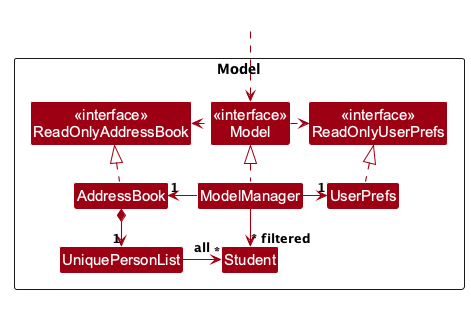
This is docs/images/ModelClassDiagram.png from AY2627S1-CS2103T-F13-4/tp, a PlantUML export, as it was before one commit. The source it was exported from:
```plantuml
@startuml
!include style.puml
skinparam arrowThickness 1.1
skinparam arrowColor MODEL_COLOR
skinparam classBackgroundColor MODEL_COLOR

Package Model as ModelPackage <<Rectangle>>{
Class "<<interface>>\nReadOnlyAddressBook" as ReadOnlyAddressBook
Class "<<interface>>\nReadOnlyUserPrefs" as ReadOnlyUserPrefs
Class "<<interface>>\nModel" as Model
Class AddressBook
Class ModelManager
Class UserPrefs

Class UniquePersonList
Class Student

}

Class HiddenOutside #FFFFFF
HiddenOutside ..> Model

AddressBook .up.|> ReadOnlyAddressBook

ModelManager .up.|> Model
Model .right.> ReadOnlyUserPrefs
Model .left.> ReadOnlyAddressBook
ModelManager -left-> "1" AddressBook
ModelManager -right-> "1" UserPrefs
UserPrefs .up.|> ReadOnlyUserPrefs

AddressBook *--> "1" UniquePersonList
UniquePersonList -right-> "~*" Student : all

ModelManager --> "~* filtered" Student
@enduml
```
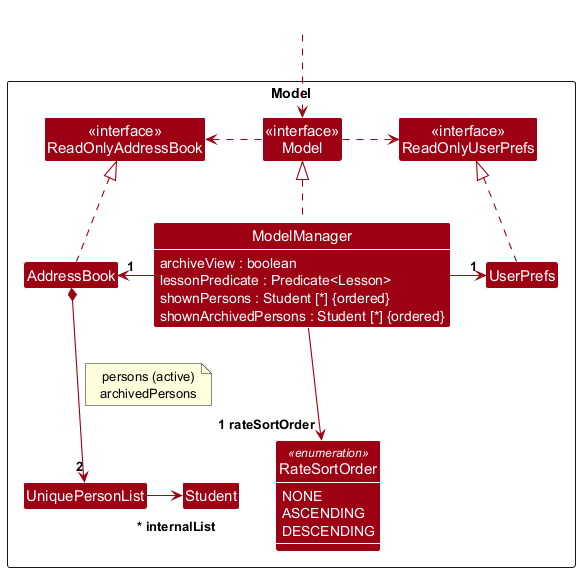
After the commit.

Diff of the diagram source:
```diff
@@ -3,19 +3,33 @@
 skinparam arrowThickness 1.1
 skinparam arrowColor MODEL_COLOR
 skinparam classBackgroundColor MODEL_COLOR
+skinparam classAttributeIconSize 0
+skinparam genericDisplay old
 
 Package Model as ModelPackage <<Rectangle>>{
 Class "<<interface>>\nReadOnlyAddressBook" as ReadOnlyAddressBook
 Class "<<interface>>\nReadOnlyUserPrefs" as ReadOnlyUserPrefs
 Class "<<interface>>\nModel" as Model
 Class AddressBook
-Class ModelManager
+Class ModelManager {
+  archiveView : boolean
+  lessonPredicate : Predicate<Lesson>
+  shownPersons : Student [*] {ordered}
+  shownArchivedPersons : Student [*] {ordered}
+}
 Class UserPrefs
+enum RateSortOrder <<enumeration>> {
+  NONE
+  ASCENDING
+  DESCENDING
+}
 
 Class UniquePersonList
 Class Student
 
 }
+show ModelManager fields
+show RateSortOrder members
 
 Class HiddenOutside #FFFFFF
 HiddenOutside ..> Model
@@ -29,8 +43,13 @@
 ModelManager -right-> "1" UserPrefs
 UserPrefs .up.|> ReadOnlyUserPrefs
 
-AddressBook *--> "1" UniquePersonList
-UniquePersonList -right-> "~*" Student : all
+AddressBook *--> "2" UniquePersonList
+note on link
+  persons (active)
+  archivedPersons
+end note
+UniquePersonList -right-> "~* internalList" Student
 
-ModelManager --> "~* filtered" Student
+ModelManager -down-> "1 rateSortOrder" RateSortOrder
+Student -[hidden]right- RateSortOrder
 @enduml
```
